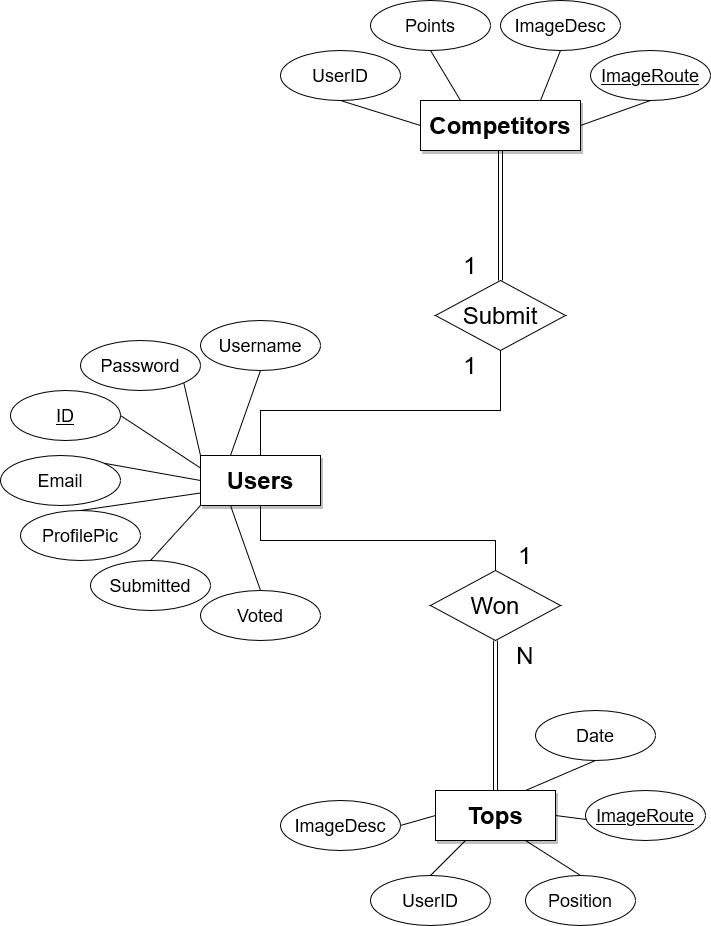
The draw.io diagram images/PiCompDB.png in FabioSTO/PiComp-back-end-Node.js, before a commit. Source tidied: cells renumbered, new cells last; positions are measured from the earlier drawing's top-left corner, leaving out a move shared by most shapes.
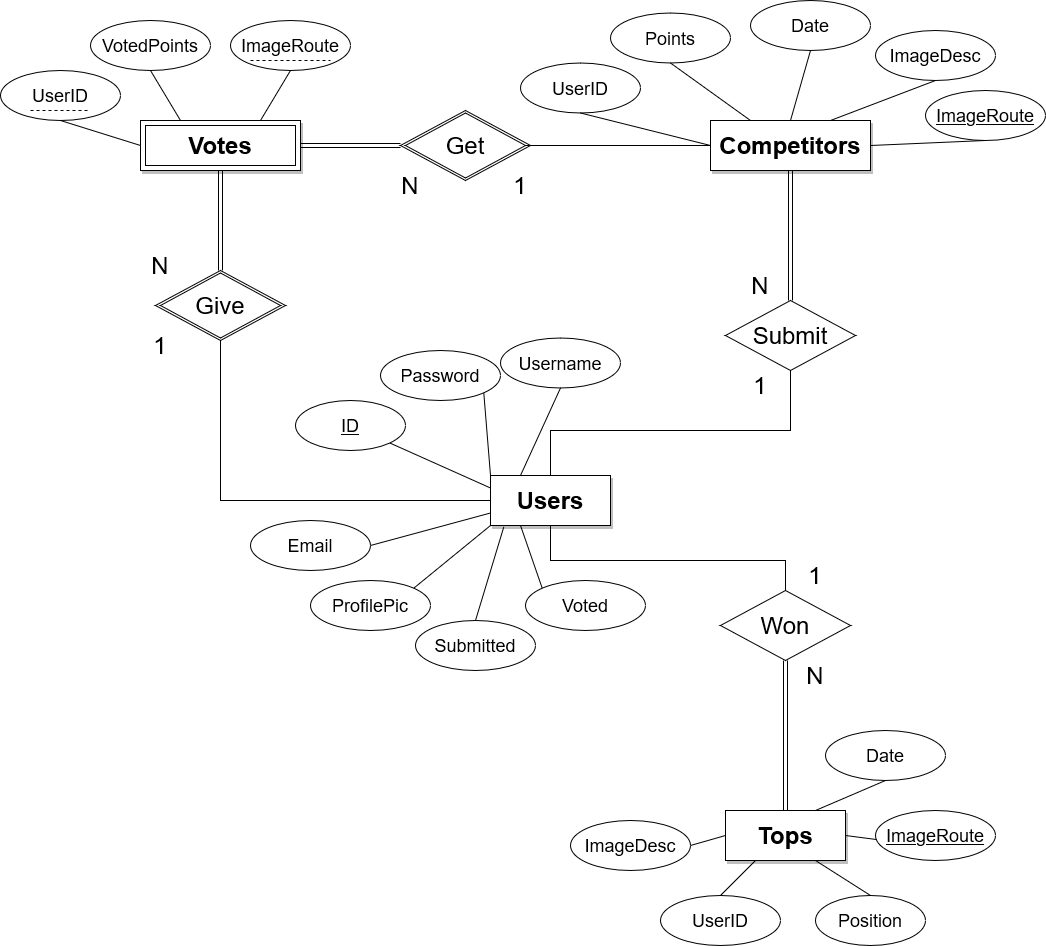
The same file after the commit.

The edit, as a diff of the source:
```diff
@@ -6,19 +6,19 @@
       <mxGeometry x="200" y="455" width="120" height="50" as="geometry" />
     </mxCell>
     <mxCell id="3" value="&lt;font style=&quot;font-size: 18px;&quot;&gt;&lt;u&gt;ID&lt;/u&gt;&lt;/font&gt;" style="ellipse;whiteSpace=wrap;html=1;" parent="1" vertex="1">
-      <mxGeometry x="10" y="390" width="110" height="50" as="geometry" />
+      <mxGeometry x="5" y="380" width="110" height="50" as="geometry" />
     </mxCell>
     <mxCell id="4" value="&lt;font style=&quot;font-size: 18px;&quot;&gt;Username&lt;/font&gt;" style="ellipse;whiteSpace=wrap;html=1;" parent="1" vertex="1">
-      <mxGeometry x="200" y="320" width="120" height="50" as="geometry" />
+      <mxGeometry x="210" y="317.5" width="120" height="50" as="geometry" />
     </mxCell>
     <mxCell id="5" value="&lt;font style=&quot;font-size: 18px;&quot;&gt;Email&lt;/font&gt;" style="ellipse;whiteSpace=wrap;html=1;" parent="1" vertex="1">
-      <mxGeometry y="455" width="120" height="50" as="geometry" />
+      <mxGeometry x="-40" y="500" width="120" height="50" as="geometry" />
     </mxCell>
     <mxCell id="6" value="&lt;div&gt;&lt;font style=&quot;font-size: 18px;&quot;&gt;Password&lt;/font&gt;&lt;/div&gt;" style="ellipse;whiteSpace=wrap;html=1;" parent="1" vertex="1">
-      <mxGeometry x="80" y="340" width="120" height="50" as="geometry" />
+      <mxGeometry x="90" y="330" width="120" height="50" as="geometry" />
     </mxCell>
     <mxCell id="7" value="&lt;font style=&quot;font-size: 18px;&quot;&gt;ProfilePic&lt;/font&gt;" style="ellipse;whiteSpace=wrap;html=1;" parent="1" vertex="1">
-      <mxGeometry x="20" y="510" width="120" height="50" as="geometry" />
+      <mxGeometry x="20" y="560" width="120" height="50" as="geometry" />
     </mxCell>
     <mxCell id="8" style="endArrow=none;html=1;rounded=0;exitX=0.25;exitY=0;exitDx=0;exitDy=0;entryX=0.5;entryY=1;entryDx=0;entryDy=0;" parent="1" edge="1" source="2" target="4">
       <mxGeometry relative="1" as="geometry" />
@@ -26,13 +26,13 @@
     <mxCell id="9" style="endArrow=none;html=1;rounded=0;entryX=1;entryY=1;entryDx=0;entryDy=0;exitX=0;exitY=0;exitDx=0;exitDy=0;" parent="1" edge="1" source="2" target="6">
       <mxGeometry relative="1" as="geometry" />
     </mxCell>
-    <mxCell id="10" style="endArrow=none;html=1;rounded=0;exitX=0;exitY=0.25;exitDx=0;exitDy=0;entryX=1;entryY=0.5;entryDx=0;entryDy=0;" parent="1" edge="1" source="2" target="3">
+    <mxCell id="10" style="endArrow=none;html=1;rounded=0;exitX=0;exitY=0.25;exitDx=0;exitDy=0;entryX=1;entryY=1;entryDx=0;entryDy=0;" parent="1" edge="1" source="2" target="3">
       <mxGeometry relative="1" as="geometry" />
     </mxCell>
-    <mxCell id="11" style="endArrow=none;html=1;rounded=0;exitX=0;exitY=0.5;exitDx=0;exitDy=0;entryX=1;entryY=0;entryDx=0;entryDy=0;" parent="1" edge="1" source="2" target="5">
+    <mxCell id="11" style="endArrow=none;html=1;rounded=0;exitX=0;exitY=0.75;exitDx=0;exitDy=0;entryX=1;entryY=0.5;entryDx=0;entryDy=0;" parent="1" edge="1" source="2" target="5">
       <mxGeometry relative="1" as="geometry" />
     </mxCell>
-    <mxCell id="12" style="endArrow=none;html=1;rounded=0;exitX=0;exitY=0.75;exitDx=0;exitDy=0;entryX=0.5;entryY=0;entryDx=0;entryDy=0;" parent="1" edge="1" source="2" target="7">
+    <mxCell id="12" style="endArrow=none;html=1;rounded=0;exitX=0;exitY=1;exitDx=0;exitDy=0;entryX=1;entryY=0;entryDx=0;entryDy=0;" parent="1" edge="1" source="2" target="7">
       <mxGeometry relative="1" as="geometry" />
     </mxCell>
     <mxCell id="13" value="&lt;font style=&quot;font-size: 24px;&quot;&gt;&lt;b&gt;&lt;font&gt;Tops&lt;/font&gt;&lt;/b&gt;&lt;/font&gt;" style="rounded=0;whiteSpace=wrap;html=1;shadow=1;" parent="1" vertex="1">
@@ -57,13 +57,13 @@
       <mxGeometry x="420" y="100" width="160" height="50" as="geometry" />
     </mxCell>
     <mxCell id="20" value="&lt;font style=&quot;font-size: 18px;&quot;&gt;&lt;u&gt;ImageRoute&lt;/u&gt;&lt;/font&gt;" style="ellipse;whiteSpace=wrap;html=1;" parent="1" vertex="1">
-      <mxGeometry x="590" y="50" width="120" height="50" as="geometry" />
+      <mxGeometry x="635" y="70" width="120" height="50" as="geometry" />
     </mxCell>
     <mxCell id="21" value="&lt;font style=&quot;font-size: 18px;&quot;&gt;Points&lt;/font&gt;" style="ellipse;whiteSpace=wrap;html=1;" parent="1" vertex="1">
-      <mxGeometry x="370" width="120" height="50" as="geometry" />
+      <mxGeometry x="320" y="-7.5" width="120" height="50" as="geometry" />
     </mxCell>
     <mxCell id="22" value="&lt;div&gt;&lt;font style=&quot;font-size: 18px;&quot;&gt;ImageDesc&lt;/font&gt;&lt;/div&gt;" style="ellipse;whiteSpace=wrap;html=1;" parent="1" vertex="1">
-      <mxGeometry x="500" width="120" height="50" as="geometry" />
+      <mxGeometry x="585" y="10" width="120" height="50" as="geometry" />
     </mxCell>
     <mxCell id="23" style="endArrow=none;html=1;rounded=0;exitX=1;exitY=0.5;exitDx=0;exitDy=0;entryX=0.5;entryY=1;entryDx=0;entryDy=0;" parent="1" edge="1" source="19" target="20">
       <mxGeometry relative="1" as="geometry" />
@@ -89,7 +89,7 @@
     <mxCell id="30" value="&lt;font style=&quot;font-size: 24px;&quot;&gt;N&lt;/font&gt;" style="text;html=1;strokeColor=none;fillColor=none;align=center;verticalAlign=middle;whiteSpace=wrap;rounded=0;" parent="1" vertex="1">
       <mxGeometry x="495" y="640" width="60" height="30" as="geometry" />
     </mxCell>
-    <mxCell id="31" value="&lt;font style=&quot;font-size: 24px;&quot;&gt;1&lt;/font&gt;" style="text;html=1;strokeColor=none;fillColor=none;align=center;verticalAlign=middle;whiteSpace=wrap;rounded=0;" parent="1" vertex="1">
+    <mxCell id="31" value="&lt;font style=&quot;font-size: 24px;&quot;&gt;N&lt;/font&gt;" style="text;html=1;strokeColor=none;fillColor=none;align=center;verticalAlign=middle;whiteSpace=wrap;rounded=0;" parent="1" vertex="1">
       <mxGeometry x="440" y="250" width="60" height="30" as="geometry" />
     </mxCell>
     <mxCell id="32" value="&lt;font style=&quot;font-size: 24px;&quot;&gt;1&lt;/font&gt;" style="text;html=1;strokeColor=none;fillColor=none;align=center;verticalAlign=middle;whiteSpace=wrap;rounded=0;" parent="1" vertex="1">
@@ -124,13 +124,13 @@
       <mxGeometry relative="1" as="geometry" />
     </mxCell>
     <mxCell id="39" value="&lt;font style=&quot;font-size: 18px;&quot;&gt;Submitted&lt;/font&gt;" style="ellipse;whiteSpace=wrap;html=1;" parent="1" vertex="1">
-      <mxGeometry x="90" y="560" width="120" height="50" as="geometry" />
+      <mxGeometry x="125" y="600" width="120" height="50" as="geometry" />
     </mxCell>
-    <mxCell id="40" style="endArrow=none;html=1;rounded=0;exitX=0;exitY=1;exitDx=0;exitDy=0;entryX=0.5;entryY=0;entryDx=0;entryDy=0;" parent="1" edge="1" source="2" target="39">
+    <mxCell id="40" style="endArrow=none;html=1;rounded=0;exitX=0.111;exitY=1.027;exitDx=0;exitDy=0;entryX=0.5;entryY=0;entryDx=0;entryDy=0;exitPerimeter=0;" parent="1" edge="1" source="2" target="39">
       <mxGeometry relative="1" as="geometry" />
     </mxCell>
     <mxCell id="41" value="&lt;div&gt;&lt;font style=&quot;font-size: 18px;&quot;&gt;UserID&lt;/font&gt;&lt;/div&gt;" style="ellipse;whiteSpace=wrap;html=1;" parent="1" vertex="1">
-      <mxGeometry x="280" y="50" width="120" height="50" as="geometry" />
+      <mxGeometry x="230" y="42.5" width="120" height="50" as="geometry" />
     </mxCell>
     <mxCell id="42" style="endArrow=none;html=1;rounded=0;exitX=0;exitY=0.5;exitDx=0;exitDy=0;entryX=0.5;entryY=1;entryDx=0;entryDy=0;" parent="1" edge="1" source="19" target="41">
       <mxGeometry relative="1" as="geometry" />
@@ -142,10 +142,92 @@
       <mxGeometry relative="1" as="geometry" />
     </mxCell>
     <mxCell id="45" value="&lt;font style=&quot;font-size: 18px;&quot;&gt;Voted&lt;/font&gt;" style="ellipse;whiteSpace=wrap;html=1;" parent="1" vertex="1">
-      <mxGeometry x="200" y="590" width="120" height="50" as="geometry" />
+      <mxGeometry x="235" y="560" width="120" height="50" as="geometry" />
     </mxCell>
-    <mxCell id="46" style="endArrow=none;html=1;rounded=0;exitX=0.25;exitY=1;exitDx=0;exitDy=0;entryX=0.5;entryY=0;entryDx=0;entryDy=0;" parent="1" edge="1" source="2" target="45">
+    <mxCell id="46" style="endArrow=none;html=1;rounded=0;exitX=0.25;exitY=1;exitDx=0;exitDy=0;entryX=0;entryY=0;entryDx=0;entryDy=0;" parent="1" edge="1" source="2" target="45">
       <mxGeometry relative="1" as="geometry" />
     </mxCell>
+    <mxCell id="47" value="&lt;font style=&quot;font-size: 24px;&quot;&gt;&lt;b&gt;&lt;font&gt;Votes&lt;/font&gt;&lt;/b&gt;&lt;/font&gt;" style="rounded=0;whiteSpace=wrap;html=1;shadow=1;" parent="1" vertex="1">
+      <mxGeometry x="-150" y="100" width="160" height="50" as="geometry" />
+    </mxCell>
+    <mxCell id="48" value="&lt;font style=&quot;font-size: 18px;&quot;&gt;ImageRoute&lt;/font&gt;" style="ellipse;whiteSpace=wrap;html=1;" parent="1" vertex="1">
+      <mxGeometry x="-60" width="120" height="50" as="geometry" />
+    </mxCell>
+    <mxCell id="49" value="&lt;font style=&quot;font-size: 18px;&quot;&gt;VotedPoints&lt;/font&gt;" style="ellipse;whiteSpace=wrap;html=1;" parent="1" vertex="1">
+      <mxGeometry x="-200" width="120" height="50" as="geometry" />
+    </mxCell>
+    <mxCell id="50" style="endArrow=none;html=1;rounded=0;exitX=0.75;exitY=0;exitDx=0;exitDy=0;entryX=0.5;entryY=1;entryDx=0;entryDy=0;" parent="1" edge="1" source="47" target="48">
+      <mxGeometry relative="1" as="geometry" />
+    </mxCell>
+    <mxCell id="51" style="endArrow=none;html=1;rounded=0;exitX=0.25;exitY=0;exitDx=0;exitDy=0;entryX=0.5;entryY=1;entryDx=0;entryDy=0;" parent="1" edge="1" source="47" target="49">
+      <mxGeometry relative="1" as="geometry" />
+    </mxCell>
+    <mxCell id="52" value="&lt;div&gt;&lt;font style=&quot;font-size: 18px;&quot;&gt;UserID&lt;/font&gt;&lt;/div&gt;" style="ellipse;whiteSpace=wrap;html=1;" parent="1" vertex="1">
+      <mxGeometry x="-290" y="50" width="120" height="50" as="geometry" />
+    </mxCell>
+    <mxCell id="53" style="endArrow=none;html=1;rounded=0;exitX=0;exitY=0.5;exitDx=0;exitDy=0;entryX=0.5;entryY=1;entryDx=0;entryDy=0;" parent="1" edge="1" source="47" target="52">
+      <mxGeometry relative="1" as="geometry" />
+    </mxCell>
+    <mxCell id="54" value="&lt;font style=&quot;font-size: 18px;&quot;&gt;Date&lt;/font&gt;" style="ellipse;whiteSpace=wrap;html=1;" parent="1" vertex="1">
+      <mxGeometry x="460" y="-20" width="120" height="50" as="geometry" />
+    </mxCell>
+    <mxCell id="55" style="endArrow=none;html=1;rounded=0;exitX=0.5;exitY=0;exitDx=0;exitDy=0;entryX=0.5;entryY=1;entryDx=0;entryDy=0;" parent="1" edge="1" source="19" target="54">
+      <mxGeometry relative="1" as="geometry" />
+    </mxCell>
+    <mxCell id="56" value="&lt;font style=&quot;font-size: 24px;&quot;&gt;&lt;font&gt;Get&lt;/font&gt;&lt;/font&gt;" style="rhombus;whiteSpace=wrap;html=1;" parent="1" vertex="1">
+      <mxGeometry x="110" y="90" width="130" height="70" as="geometry" />
+    </mxCell>
+    <mxCell id="57" value="&lt;div&gt;&lt;font style=&quot;font-size: 24px;&quot;&gt;&lt;font&gt;Give&lt;/font&gt;&lt;/font&gt;&lt;/div&gt;" style="rhombus;whiteSpace=wrap;html=1;" parent="1" vertex="1">
+      <mxGeometry x="-135" y="250" width="130" height="70" as="geometry" />
+    </mxCell>
+    <mxCell id="58" value="&lt;font style=&quot;font-size: 24px;&quot;&gt;1&lt;/font&gt;" style="text;html=1;strokeColor=none;fillColor=none;align=center;verticalAlign=middle;whiteSpace=wrap;rounded=0;" parent="1" vertex="1">
+      <mxGeometry x="-160" y="310" width="60" height="30" as="geometry" />
+    </mxCell>
+    <mxCell id="59" value="&lt;font style=&quot;font-size: 24px;&quot;&gt;N&lt;/font&gt;" style="text;html=1;strokeColor=none;fillColor=none;align=center;verticalAlign=middle;whiteSpace=wrap;rounded=0;" parent="1" vertex="1">
+      <mxGeometry x="-160" y="230" width="60" height="30" as="geometry" />
+    </mxCell>
+    <mxCell id="60" value="&lt;font style=&quot;font-size: 24px;&quot;&gt;1&lt;/font&gt;" style="text;html=1;strokeColor=none;fillColor=none;align=center;verticalAlign=middle;whiteSpace=wrap;rounded=0;" parent="1" vertex="1">
+      <mxGeometry x="200" y="150" width="60" height="30" as="geometry" />
+    </mxCell>
+    <mxCell id="61" value="&lt;font style=&quot;font-size: 24px;&quot;&gt;N&lt;/font&gt;" style="text;html=1;strokeColor=none;fillColor=none;align=center;verticalAlign=middle;whiteSpace=wrap;rounded=0;" parent="1" vertex="1">
+      <mxGeometry x="90" y="150" width="60" height="30" as="geometry" />
+    </mxCell>
+    <mxCell id="62" style="endArrow=none;dashed=1;html=1;rounded=0;exitX=0.25;exitY=0.8;exitDx=0;exitDy=0;exitPerimeter=0;entryX=0.75;entryY=0.8;entryDx=0;entryDy=0;entryPerimeter=0;strokeColor=#000000;elbow=vertical;" parent="1" edge="1" source="52" target="52">
+      <mxGeometry relative="1" as="geometry" />
+    </mxCell>
+    <mxCell id="63" style="endArrow=none;dashed=1;html=1;rounded=0;strokeColor=#000000;elbow=vertical;" parent="1" edge="1">
+      <mxGeometry relative="1" as="geometry">
+        <mxPoint x="-40" y="40" as="sourcePoint" />
+        <mxPoint x="40" y="40" as="targetPoint" />
+      </mxGeometry>
+    </mxCell>
+    <mxCell id="64" style="rounded=0;whiteSpace=wrap;html=1;strokeColor=#000000;fillColor=none;" parent="1" vertex="1">
+      <mxGeometry x="-145" y="105" width="150" height="40" as="geometry" />
+    </mxCell>
+    <mxCell id="65" style="rhombus;whiteSpace=wrap;html=1;fillColor=none;" parent="1" vertex="1">
+      <mxGeometry x="-130" y="252.5" width="120" height="65" as="geometry" />
+    </mxCell>
+    <mxCell id="66" style="rhombus;whiteSpace=wrap;html=1;fillColor=none;" parent="1" vertex="1">
+      <mxGeometry x="115" y="92.5" width="120" height="65" as="geometry" />
+    </mxCell>
+    <mxCell id="67" style="endArrow=none;html=1;rounded=0;exitX=0.5;exitY=1;exitDx=0;exitDy=0;entryX=0;entryY=0.5;entryDx=0;entryDy=0;" parent="1" edge="1" source="57" target="2">
+      <mxGeometry relative="1" as="geometry">
+        <Array as="points">
+          <mxPoint x="-70" y="400" />
+          <mxPoint x="-70" y="480" />
+          <mxPoint x="-30" y="480" />
+          <mxPoint x="120" y="480" />
+        </Array>
+      </mxGeometry>
+    </mxCell>
+    <mxCell id="68" style="shape=link;html=1;rounded=0;exitX=0.5;exitY=0;exitDx=0;exitDy=0;entryX=0.5;entryY=1;entryDx=0;entryDy=0;" parent="1" edge="1" source="57" target="47">
+      <mxGeometry relative="1" as="geometry" />
+    </mxCell>
+    <mxCell id="69" style="endArrow=none;html=1;rounded=0;exitX=0;exitY=0.5;exitDx=0;exitDy=0;entryX=1;entryY=0.5;entryDx=0;entryDy=0;" parent="1" edge="1" source="19" target="66">
+      <mxGeometry relative="1" as="geometry" />
+    </mxCell>
+    <mxCell id="70" style="shape=link;html=1;rounded=0;exitX=0;exitY=0.5;exitDx=0;exitDy=0;entryX=1;entryY=0.5;entryDx=0;entryDy=0;" parent="1" edge="1" source="56" target="47">
+      <mxGeometry relative="1" as="geometry" />
+    </mxCell>
   </root>
 </mxGraphModel>
```
